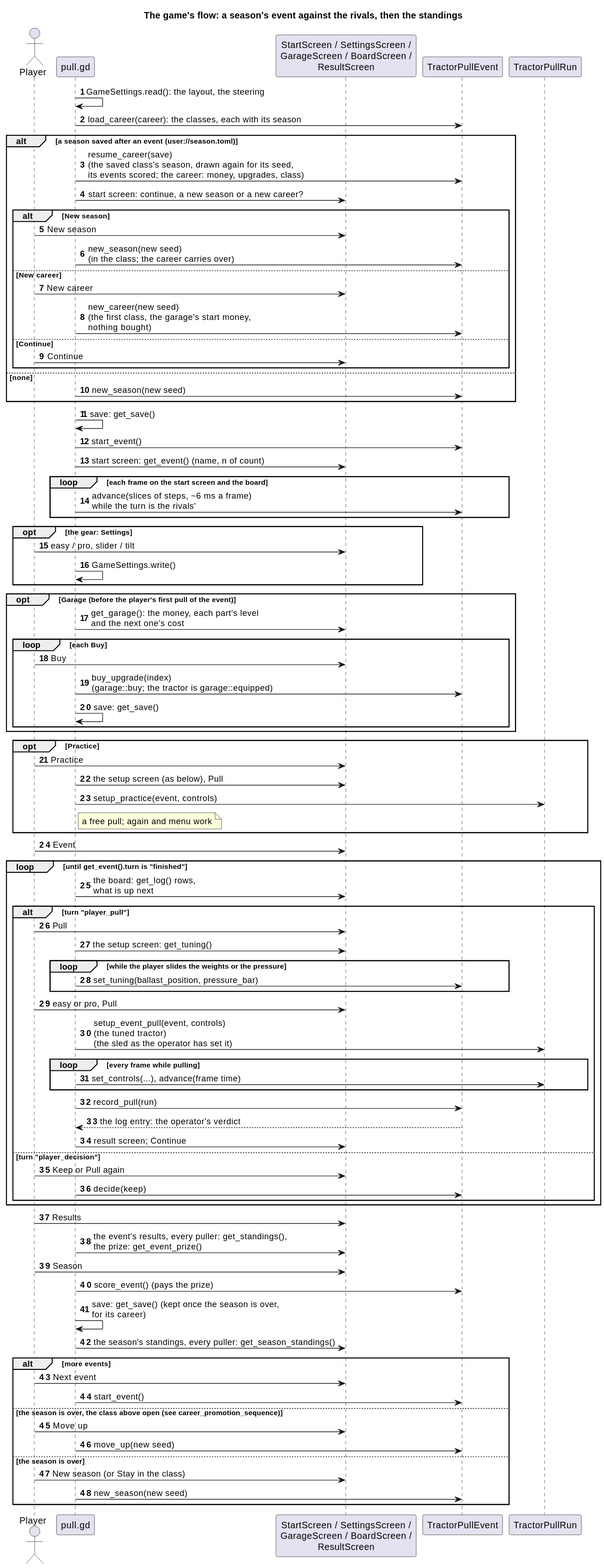
Before: docs/diagrams/svg/godot_run_flow_sequence.svg, a diagram exported from PlantUML (wversteeg/TractorPulling). The source it was exported from:
```plantuml
@startuml
title The game's flow: a season's event against the rivals, then the standings
autonumber
actor Player
participant "pull.gd" as Pull
participant "StartScreen / SettingsScreen /\nGarageScreen / BoardScreen /\nResultScreen" as Screens
participant "TractorPullEvent" as Event
participant "TractorPullRun" as Run

Pull -> Pull : GameSettings.read(): the layout, the steering
Pull -> Event : load_career(career): the classes, each with its season
alt a season saved after an event (user://season.toml)
  Pull -> Event : resume_career(save)\n(the saved class's season, drawn again for its seed,\nits events scored; the career: money, upgrades, class)
  Pull -> Screens : start screen: continue, a new season or a new career?
  alt New season
    Player -> Screens : New season
    Pull -> Event : new_season(new seed)\n(in the class; the career carries over)
  else New career
    Player -> Screens : New career
    Pull -> Event : new_career(new seed)\n(the first class, the garage's start money,\nnothing bought)
  else Continue
    Player -> Screens : Continue
  end
else none
  Pull -> Event : new_season(new seed)
end
Pull -> Pull : save: get_save()
Pull -> Event : start_event()
Pull -> Screens : start screen: get_event() (name, n of count)
loop each frame on the start screen and the board
  Pull -> Event : advance(slices of steps, ~6 ms a frame)\nwhile the turn is the rivals'
end
opt the gear: Settings
  Player -> Screens : easy / pro, slider / tilt
  Pull -> Pull : GameSettings.write()
end
opt Garage (before the player's first pull of the event)
  Pull -> Screens : get_garage(): the money, each part's level\nand the next one's cost
  loop each Buy
    Player -> Screens : Buy
    Pull -> Event : buy_upgrade(index)\n(garage::buy; the tractor is garage::equipped)
    Pull -> Pull : save: get_save()
  end
end
opt Practice
  Player -> Screens : Practice
  Pull -> Screens : the setup screen (as below), Pull
  Pull -> Run : setup_practice(event, controls)
  note right of Pull : a free pull; again and menu work
end
Player -> Screens : Event
loop until get_event().turn is "finished"
  Pull -> Screens : the board: get_log() rows,\nwhat is up next
  alt turn "player_pull"
    Player -> Screens : Pull
    Pull -> Screens : the setup screen: get_tuning()
    loop while the player slides the weights or the pressure
      Pull -> Event : set_tuning(ballast_position, pressure_bar)
    end
    Player -> Screens : easy or pro, Pull
    Pull -> Run : setup_event_pull(event, controls)\n(the tuned tractor)\n(the sled as the operator has set it)
    loop every frame while pulling
      Pull -> Run : set_controls(...), advance(frame time)
    end
    Pull -> Event : record_pull(run)
    Event --> Pull : the log entry: the operator's verdict
    Pull -> Screens : result screen; Continue
  else turn "player_decision"
    Player -> Screens : Keep or Pull again
    Pull -> Event : decide(keep)
  end
end
Player -> Screens : Results
Pull -> Screens : the event's results, every puller: get_standings(),\nthe prize: get_event_prize()
Player -> Screens : Season
Pull -> Event : score_event() (pays the prize)
Pull -> Pull : save: get_save() (kept once the season is over,\nfor its career)
Pull -> Screens : the season's standings, every puller: get_season_standings()
alt more events
  Player -> Screens : Next event
  Pull -> Event : start_event()
else the season is over, the class above open (see career_promotion_sequence)
  Player -> Screens : Move up
  Pull -> Event : move_up(new seed)
else the season is over
  Player -> Screens : New season (or Stay in the class)
  Pull -> Event : new_season(new seed)
end
@enduml
```
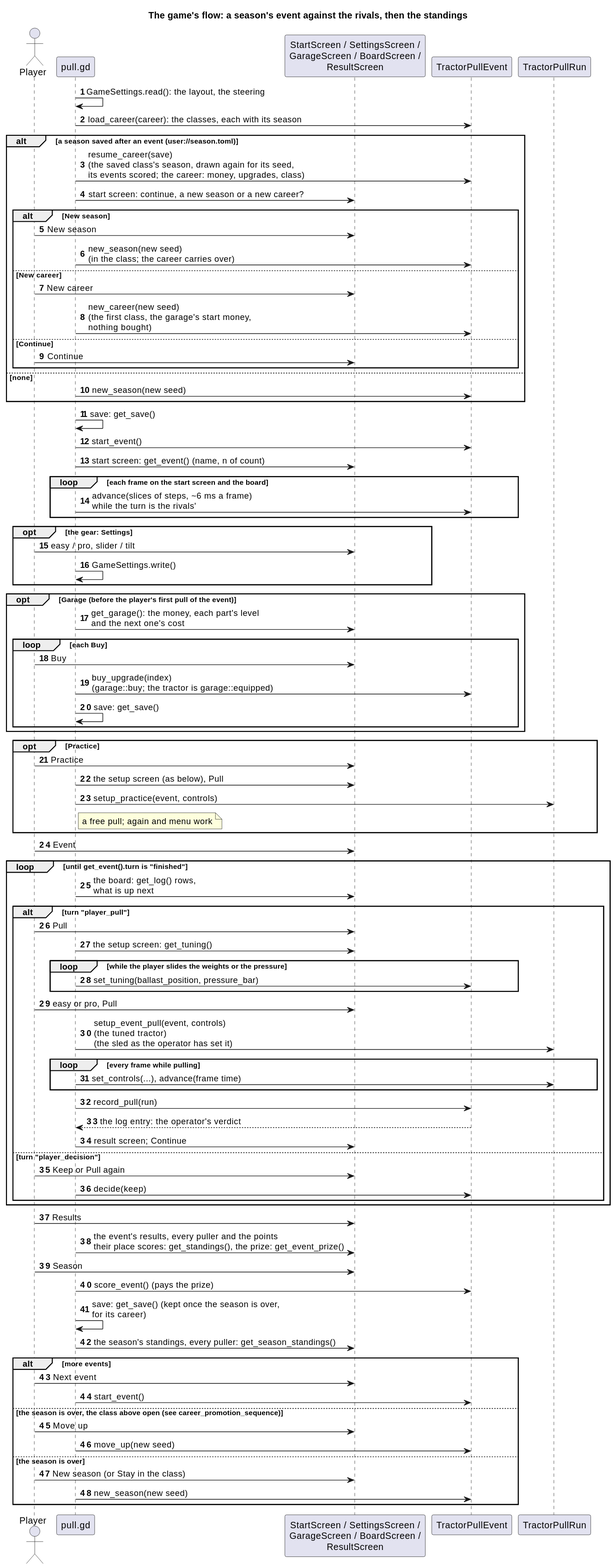
After the commit.

Change to the diagram source:
```diff
@@ -71,7 +71,7 @@
   end
 end
 Player -> Screens : Results
-Pull -> Screens : the event's results, every puller: get_standings(),\nthe prize: get_event_prize()
+Pull -> Screens : the event's results, every puller and the points\ntheir place scores: get_standings(), the prize: get_event_prize()
 Player -> Screens : Season
 Pull -> Event : score_event() (pays the prize)
 Pull -> Pull : save: get_save() (kept once the season is over,\nfor its career)
```
